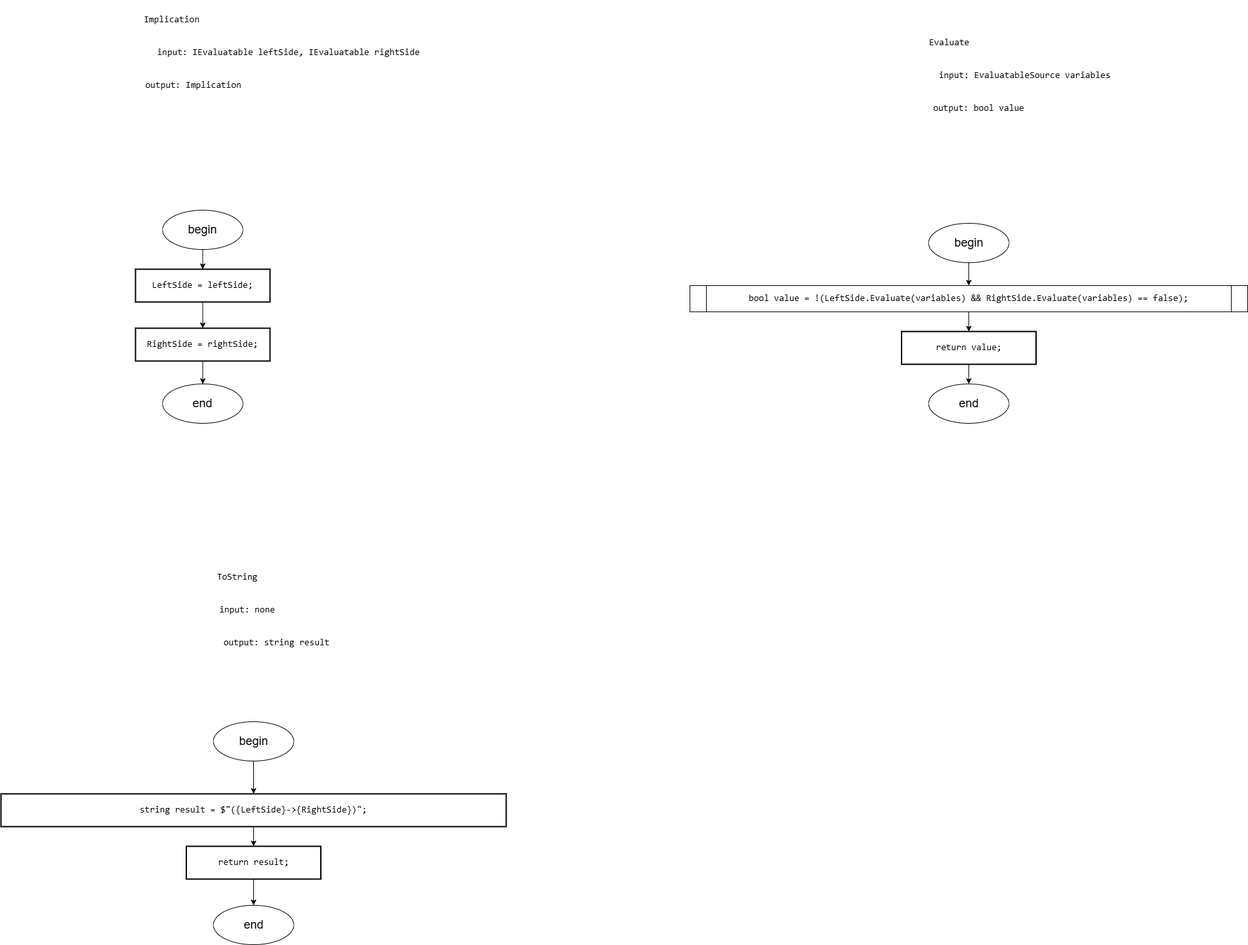
Before: Diagrams/images/Implication.drawio.png, a diagram exported from draw.io (slavikovics/FictionalVariables). Source tidied: cells renumbered, new cells last; positions are measured from the earlier drawing's top-left corner, leaving out a move shared by most shapes.
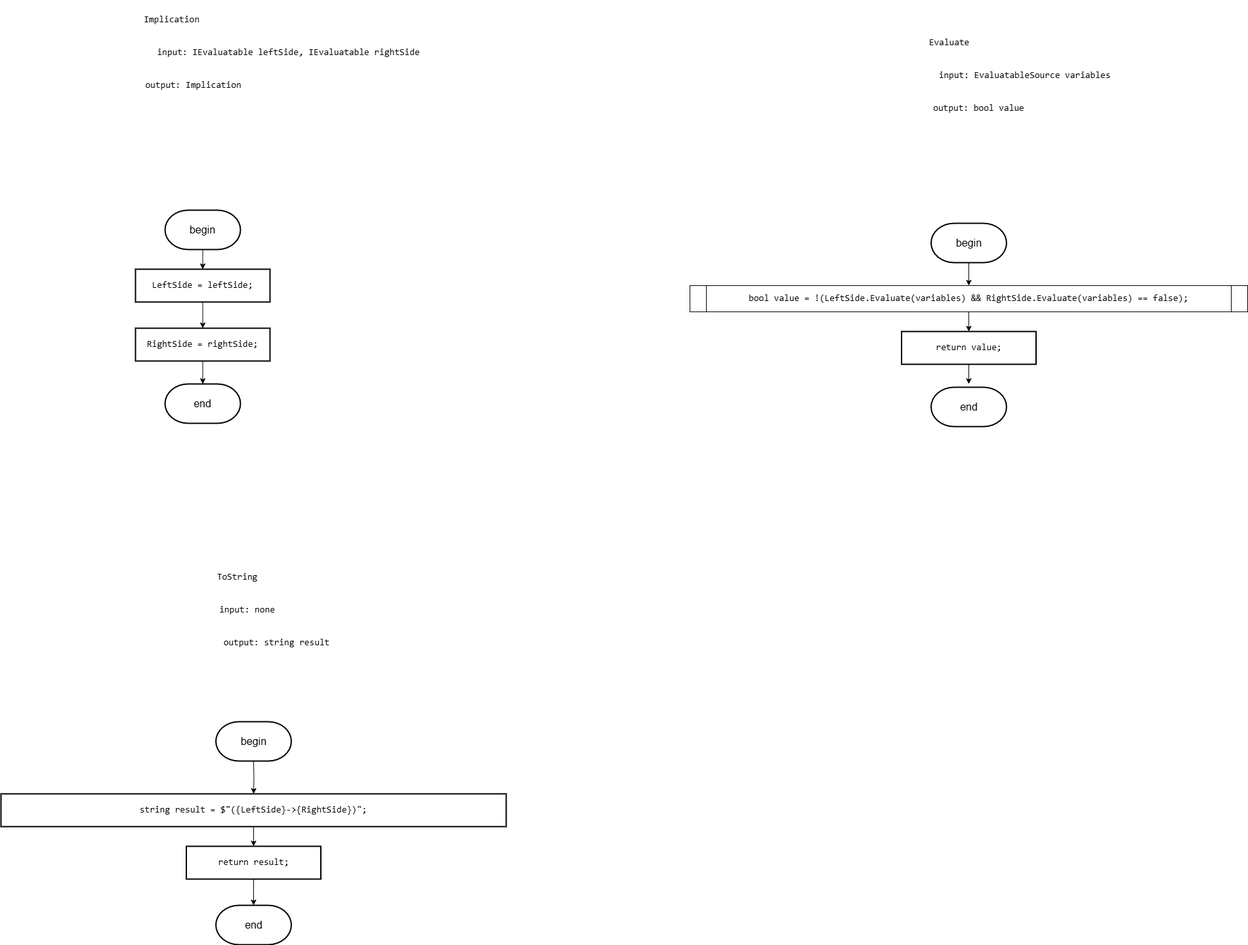
Above is the later version.

The edit, as a diff of the source:
```diff
@@ -11,8 +11,10 @@
     <mxCell id="4" value="&lt;div style=&quot;&quot;&gt;&lt;pre style=&quot;font-family: &amp;quot;JetBrains Mono&amp;quot;, monospace;&quot;&gt;LeftSide = &lt;span style=&quot;&quot;&gt;leftSide&lt;/span&gt;;&lt;/pre&gt;&lt;/div&gt;" style="rounded=0;whiteSpace=wrap;html=1;absoluteArcSize=1;arcSize=14;strokeWidth=2;fontSize=14;labelBackgroundColor=none;fontColor=#000000;" parent="1" vertex="1">
       <mxGeometry x="205" y="410" width="205" height="50" as="geometry" />
     </mxCell>
-    <mxCell id="5" style="edgeStyle=orthogonalEdgeStyle;rounded=0;jettySize=auto;html=1;exitX=0.5;exitY=1;exitDx=0;exitDy=0;entryX=0.5;entryY=0;entryDx=0;entryDy=0;" parent="1" edge="1" source="6" target="25">
-      <mxGeometry relative="1" as="geometry" />
+    <mxCell id="5" style="edgeStyle=orthogonalEdgeStyle;rounded=0;jettySize=auto;html=1;exitX=0.5;exitY=1;exitDx=0;exitDy=0;entryX=0.5;entryY=0;entryDx=0;entryDy=0;" parent="1" edge="1" source="6">
+      <mxGeometry relative="1" as="geometry">
+        <mxPoint x="307.5" y="585" as="targetPoint" />
+      </mxGeometry>
     </mxCell>
     <mxCell id="6" value="&lt;div style=&quot;&quot;&gt;&lt;pre style=&quot;font-family: &amp;quot;JetBrains Mono&amp;quot;, monospace;&quot;&gt;&lt;div&gt;&lt;pre style=&quot;font-family: &amp;quot;JetBrains Mono&amp;quot;, monospace;&quot;&gt;RightSide = &lt;span style=&quot;&quot;&gt;rightSide&lt;/span&gt;;&lt;/pre&gt;&lt;/div&gt;&lt;/pre&gt;&lt;/div&gt;" style="rounded=0;whiteSpace=wrap;html=1;absoluteArcSize=1;arcSize=14;strokeWidth=2;fontSize=14;labelBackgroundColor=none;fontColor=#000000;" parent="1" vertex="1">
       <mxGeometry x="205" y="500" width="205" height="50" as="geometry" />
@@ -53,44 +55,54 @@
     <mxCell id="18" value="&lt;pre style=&quot;font-family: &amp;quot;JetBrains Mono&amp;quot;, monospace;&quot;&gt;&lt;span style=&quot;&quot;&gt;bool &lt;/span&gt;&lt;span style=&quot;&quot;&gt;value &lt;/span&gt;= !(LeftSide.&lt;span style=&quot;&quot;&gt;Evaluate&lt;/span&gt;(&lt;span style=&quot;&quot;&gt;variables&lt;/span&gt;) &amp;amp;&amp;amp; RightSide.&lt;span style=&quot;&quot;&gt;Evaluate&lt;/span&gt;(&lt;span style=&quot;&quot;&gt;variables&lt;/span&gt;) == &lt;span style=&quot;&quot;&gt;false&lt;/span&gt;);&lt;/pre&gt;" style="shape=process;whiteSpace=wrap;html=1;backgroundOutline=1;size=0.0297029702970297;fontSize=14;labelBackgroundColor=none;fontColor=#000000;" parent="1" vertex="1">
       <mxGeometry x="1050" y="435" width="850" height="40" as="geometry" />
     </mxCell>
-    <mxCell id="19" style="edgeStyle=orthogonalEdgeStyle;rounded=0;jettySize=auto;html=1;exitX=0.5;exitY=1;exitDx=0;exitDy=0;entryX=0.5;entryY=0;entryDx=0;entryDy=0;" parent="1" edge="1" source="20" target="28">
-      <mxGeometry relative="1" as="geometry" />
+    <mxCell id="19" style="edgeStyle=orthogonalEdgeStyle;rounded=0;jettySize=auto;html=1;exitX=0.5;exitY=1;exitDx=0;exitDy=0;entryX=0.5;entryY=0;entryDx=0;entryDy=0;" parent="1" edge="1" source="20">
+      <mxGeometry relative="1" as="geometry">
+        <mxPoint x="385" y="1380" as="targetPoint" />
+      </mxGeometry>
     </mxCell>
     <mxCell id="20" value="&lt;div style=&quot;&quot;&gt;&lt;pre style=&quot;font-family: &amp;quot;JetBrains Mono&amp;quot;, monospace;&quot;&gt;&lt;div&gt;&lt;pre style=&quot;font-family: &amp;quot;JetBrains Mono&amp;quot;, monospace;&quot;&gt;&lt;span style=&quot;&quot;&gt;return &lt;/span&gt;result;&lt;/pre&gt;&lt;/div&gt;&lt;/pre&gt;&lt;/div&gt;" style="rounded=0;whiteSpace=wrap;html=1;absoluteArcSize=1;arcSize=14;strokeWidth=2;fontSize=14;labelBackgroundColor=none;fontColor=#000000;" parent="1" vertex="1">
       <mxGeometry x="282.5" y="1290" width="205" height="50" as="geometry" />
     </mxCell>
-    <mxCell id="21" style="edgeStyle=orthogonalEdgeStyle;rounded=0;jettySize=auto;html=1;exitX=0.5;exitY=1;exitDx=0;exitDy=0;" parent="1" edge="1" source="22" target="31">
-      <mxGeometry relative="1" as="geometry" />
+    <mxCell id="21" style="edgeStyle=orthogonalEdgeStyle;rounded=0;jettySize=auto;html=1;exitX=0.5;exitY=1;exitDx=0;exitDy=0;" parent="1" edge="1" source="22">
+      <mxGeometry relative="1" as="geometry">
+        <mxPoint x="1475" y="585" as="targetPoint" />
+      </mxGeometry>
     </mxCell>
     <mxCell id="22" value="&lt;div style=&quot;&quot;&gt;&lt;pre style=&quot;font-family: &amp;quot;JetBrains Mono&amp;quot;, monospace;&quot;&gt;&lt;pre style=&quot;font-family: &amp;quot;JetBrains Mono&amp;quot;, monospace;&quot;&gt;&lt;div&gt;&lt;pre style=&quot;font-family: &amp;quot;JetBrains Mono&amp;quot;, monospace;&quot;&gt;&lt;span style=&quot;&quot;&gt;return &lt;/span&gt;value;&lt;/pre&gt;&lt;/div&gt;&lt;/pre&gt;&lt;/pre&gt;&lt;/div&gt;" style="rounded=0;whiteSpace=wrap;html=1;absoluteArcSize=1;arcSize=14;strokeWidth=2;fontSize=14;labelBackgroundColor=none;fontColor=#000000;" parent="1" vertex="1">
       <mxGeometry x="1372.5" y="505" width="205" height="50" as="geometry" />
     </mxCell>
-    <mxCell id="23" style="edgeStyle=orthogonalEdgeStyle;rounded=0;jettySize=auto;html=1;exitX=0.5;exitY=1;exitDx=0;exitDy=0;entryX=0.5;entryY=0;entryDx=0;entryDy=0;" parent="1" edge="1" source="24" target="4">
-      <mxGeometry relative="1" as="geometry" />
+    <mxCell id="23" style="edgeStyle=orthogonalEdgeStyle;rounded=0;jettySize=auto;html=1;exitX=0.5;exitY=1;exitDx=0;exitDy=0;entryX=0.5;entryY=0;entryDx=0;entryDy=0;" parent="1" edge="1" target="4">
+      <mxGeometry relative="1" as="geometry">
+        <mxPoint x="307.5" y="380" as="sourcePoint" />
+      </mxGeometry>
     </mxCell>
-    <mxCell id="24" value="&lt;font style=&quot;font-size: 18px;&quot;&gt;begin&lt;/font&gt;" style="ellipse;whiteSpace=wrap;html=1;" parent="1" vertex="1">
-      <mxGeometry x="246.2" y="320" width="122.5" height="60" as="geometry" />
-    </mxCell>
-    <mxCell id="25" value="&lt;font style=&quot;font-size: 18px;&quot;&gt;end&lt;/font&gt;" style="ellipse;whiteSpace=wrap;html=1;" parent="1" vertex="1">
-      <mxGeometry x="246.2" y="585" width="122.5" height="60" as="geometry" />
-    </mxCell>
-    <mxCell id="26" style="edgeStyle=orthogonalEdgeStyle;rounded=0;jettySize=auto;html=1;exitX=0.5;exitY=1;exitDx=0;exitDy=0;entryX=0.5;entryY=0;entryDx=0;entryDy=0;" parent="1" edge="1" source="27" target="14">
-      <mxGeometry relative="1" as="geometry" />
+    <mxCell id="26" style="edgeStyle=orthogonalEdgeStyle;rounded=0;jettySize=auto;html=1;exitX=0.5;exitY=1;exitDx=0;exitDy=0;entryX=0.5;entryY=0;entryDx=0;entryDy=0;" parent="1" edge="1" target="14">
+      <mxGeometry relative="1" as="geometry">
+        <mxPoint x="385" y="1160" as="sourcePoint" />
+      </mxGeometry>
     </mxCell>
-    <mxCell id="27" value="&lt;font style=&quot;font-size: 18px;&quot;&gt;begin&lt;/font&gt;" style="ellipse;whiteSpace=wrap;html=1;" parent="1" vertex="1">
-      <mxGeometry x="323.8" y="1100" width="122.5" height="60" as="geometry" />
-    </mxCell>
-    <mxCell id="28" value="&lt;font style=&quot;font-size: 18px;&quot;&gt;end&lt;/font&gt;" style="ellipse;whiteSpace=wrap;html=1;" parent="1" vertex="1">
-      <mxGeometry x="323.8" y="1380" width="122.5" height="60" as="geometry" />
-    </mxCell>
-    <mxCell id="29" style="edgeStyle=orthogonalEdgeStyle;rounded=0;jettySize=auto;html=1;exitX=0.5;exitY=1;exitDx=0;exitDy=0;entryX=0.5;entryY=0;entryDx=0;entryDy=0;" parent="1" edge="1" source="30" target="18">
-      <mxGeometry relative="1" as="geometry" />
+    <mxCell id="29" style="edgeStyle=orthogonalEdgeStyle;rounded=0;jettySize=auto;html=1;exitX=0.5;exitY=1;exitDx=0;exitDy=0;entryX=0.5;entryY=0;entryDx=0;entryDy=0;" parent="1" edge="1" target="18">
+      <mxGeometry relative="1" as="geometry">
+        <mxPoint x="1475" y="400" as="sourcePoint" />
+      </mxGeometry>
     </mxCell>
-    <mxCell id="30" value="&lt;font style=&quot;font-size: 18px;&quot;&gt;begin&lt;/font&gt;" style="ellipse;whiteSpace=wrap;html=1;" parent="1" vertex="1">
-      <mxGeometry x="1413.8" y="340" width="122.5" height="60" as="geometry" />
-    </mxCell>
-    <mxCell id="31" value="&lt;font style=&quot;font-size: 18px;&quot;&gt;end&lt;/font&gt;" style="ellipse;whiteSpace=wrap;html=1;" parent="1" vertex="1">
-      <mxGeometry x="1413.8" y="585" width="122.5" height="60" as="geometry" />
-    </mxCell>
+    <mxCell id="32" value="&lt;font style=&quot;font-size: 16px;&quot;&gt;begin&lt;/font&gt;" style="strokeWidth=2;html=1;shape=mxgraph.flowchart.terminator;whiteSpace=wrap;" parent="1" vertex="1">
+      <mxGeometry x="250" y="320" width="115" height="60" as="geometry" />
+    </mxCell>
+    <mxCell id="33" value="&lt;font style=&quot;font-size: 16px;&quot;&gt;end&lt;/font&gt;" style="strokeWidth=2;html=1;shape=mxgraph.flowchart.terminator;whiteSpace=wrap;" parent="1" vertex="1">
+      <mxGeometry x="250" y="585" width="115" height="60" as="geometry" />
+    </mxCell>
+    <mxCell id="34" value="&lt;font style=&quot;font-size: 16px;&quot;&gt;begin&lt;/font&gt;" style="strokeWidth=2;html=1;shape=mxgraph.flowchart.terminator;whiteSpace=wrap;" parent="1" vertex="1">
+      <mxGeometry x="1417.5" y="340" width="115" height="60" as="geometry" />
+    </mxCell>
+    <mxCell id="35" value="&lt;font style=&quot;font-size: 16px;&quot;&gt;begin&lt;/font&gt;" style="strokeWidth=2;html=1;shape=mxgraph.flowchart.terminator;whiteSpace=wrap;" parent="1" vertex="1">
+      <mxGeometry x="327.5" y="1100" width="115" height="60" as="geometry" />
+    </mxCell>
+    <mxCell id="36" value="&lt;font style=&quot;font-size: 16px;&quot;&gt;end&lt;/font&gt;" style="strokeWidth=2;html=1;shape=mxgraph.flowchart.terminator;whiteSpace=wrap;" parent="1" vertex="1">
+      <mxGeometry x="327.5" y="1380" width="115" height="60" as="geometry" />
+    </mxCell>
+    <mxCell id="37" value="&lt;font style=&quot;font-size: 16px;&quot;&gt;end&lt;/font&gt;" style="strokeWidth=2;html=1;shape=mxgraph.flowchart.terminator;whiteSpace=wrap;" parent="1" vertex="1">
+      <mxGeometry x="1417.5" y="590" width="115" height="60" as="geometry" />
+    </mxCell>
   </root>
 </mxGraphModel>
```
